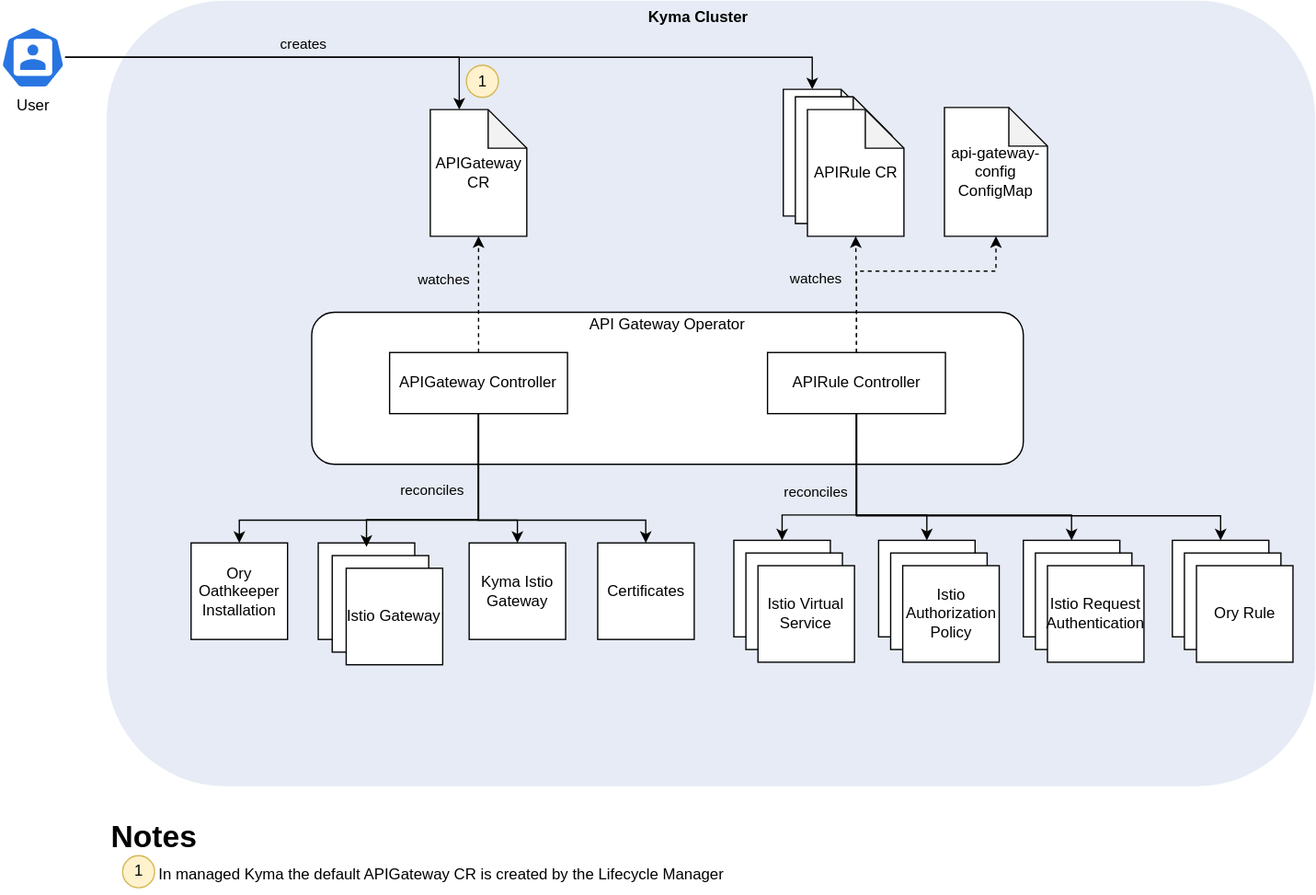
This is docs/assets/operator-overview.svg from kyma-project/api-gateway, a draw.io export, as it was before one commit. Source tidied: cells renumbered, new cells last; positions are measured from the earlier drawing's top-left corner, leaving out a move shared by most shapes.
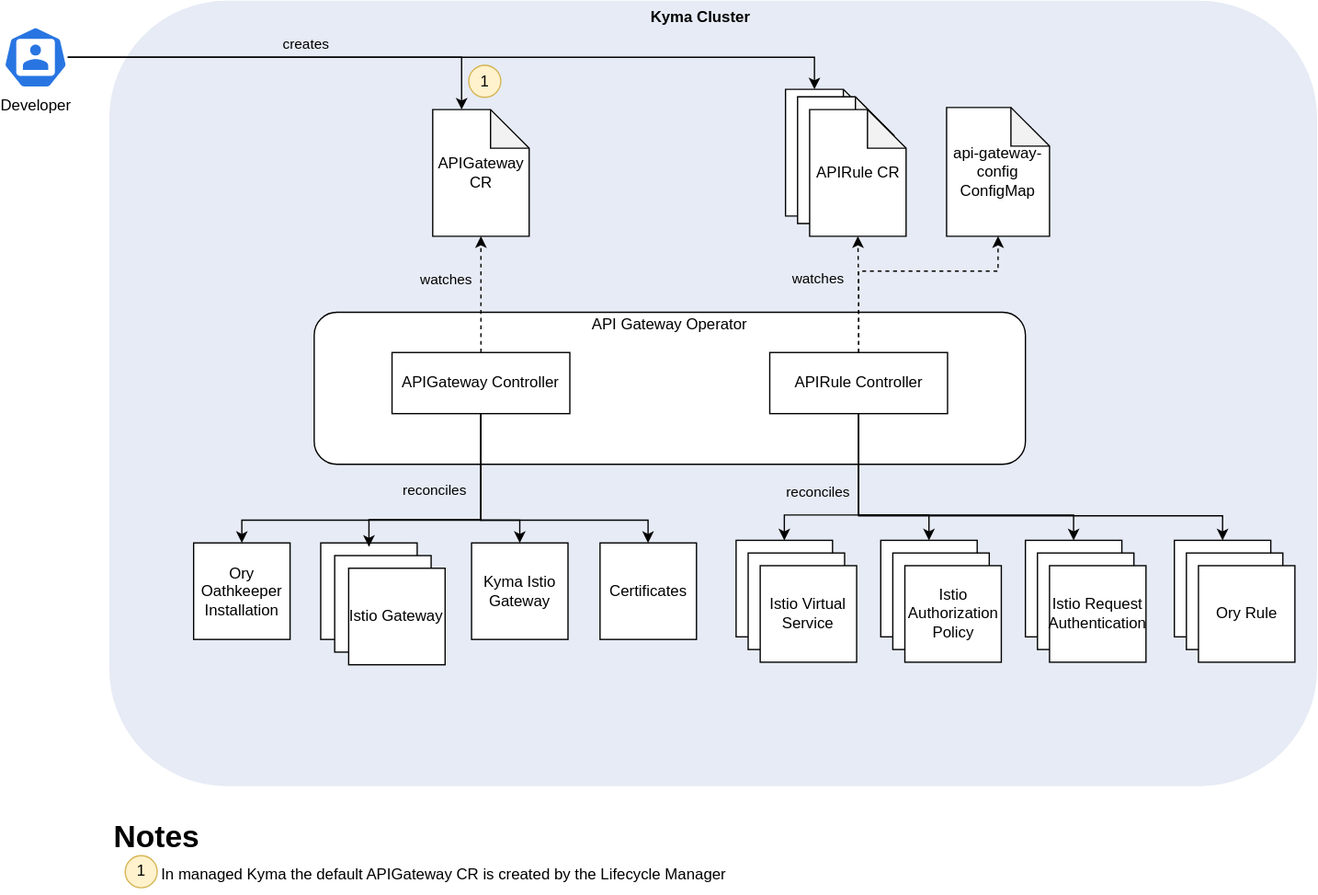
The same file after the commit.

Commit message:
Update operator overview diagram

Diff of the diagram source:
```diff
@@ -209,7 +209,7 @@
         <mxPoint x="6" y="-10" as="offset" />
       </mxGeometry>
     </mxCell>
-    <mxCell id="52" value="User" style="sketch=0;html=1;dashed=0;whitespace=wrap;fillColor=#2875E2;strokeColor=#ffffff;points=[[0.005,0.63,0],[0.1,0.2,0],[0.9,0.2,0],[0.5,0,0],[0.995,0.63,0],[0.72,0.99,0],[0.5,1,0],[0.28,0.99,0]];verticalLabelPosition=bottom;align=center;verticalAlign=top;shape=mxgraph.kubernetes.icon;prIcon=user;fillStyle=auto;" parent="1" vertex="1">
+    <mxCell id="52" value="Developer" style="sketch=0;html=1;dashed=0;whitespace=wrap;fillColor=#2875E2;strokeColor=#ffffff;points=[[0.005,0.63,0],[0.1,0.2,0],[0.9,0.2,0],[0.5,0,0],[0.995,0.63,0],[0.72,0.99,0],[0.5,1,0],[0.28,0.99,0]];verticalLabelPosition=bottom;align=center;verticalAlign=top;shape=mxgraph.kubernetes.icon;prIcon=user;fillStyle=auto;" parent="1" vertex="1">
       <mxGeometry y="20" width="50" height="48" as="geometry" />
     </mxCell>
     <mxCell id="53" style="group;" parent="1" vertex="1">
```
